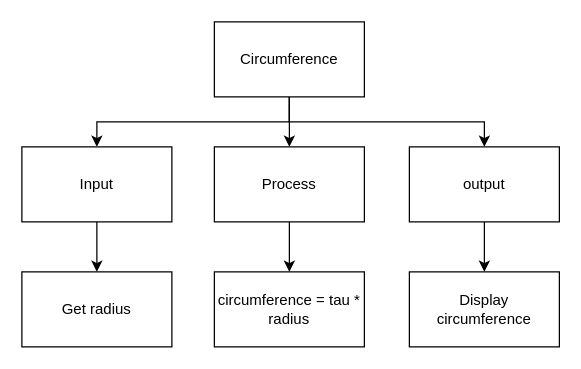
The draw.io diagram page "Top Down" (1 of 2) of design.drawio in Samuel-Webster-178/ICS3U-Unit4-Unit4-02-Python, before the edit. Source tidied: cells renumbered, new cells numbered last; positions are measured from the earlier drawing's top-left corner, leaving out a move shared by most shapes. Both pictures are drawn from the tidied source at 125%, with x=0, y=0 at pixel (21, 21).
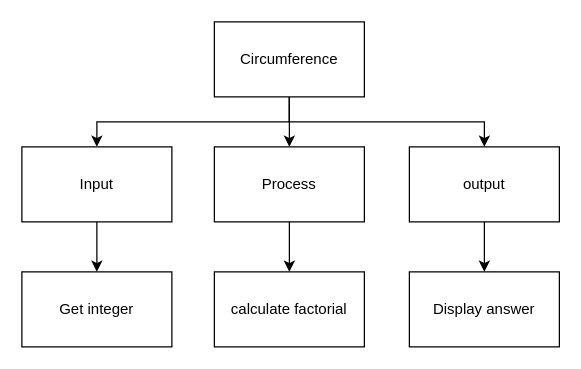
The same diagram, later.

Change to the diagram source:
```diff
@@
 <mxGraphModel>
   <root>
     <mxCell id="0" />
     <mxCell id="1" parent="0" />
     <mxCell id="2" style="edgeStyle=none;html=1;" parent="1" edge="1" source="5" target="9">
       <mxGeometry relative="1" as="geometry" />
     </mxCell>
     <mxCell id="3" style="edgeStyle=orthogonalEdgeStyle;html=1;entryX=0.5;entryY=0;entryDx=0;entryDy=0;rounded=0;" parent="1" edge="1" source="5" target="7">
       <mxGeometry relative="1" as="geometry">
         <Array as="points">
           <mxPoint x="214" y="80" />
           <mxPoint x="60" y="80" />
         </Array>
       </mxGeometry>
     </mxCell>
     <mxCell id="4" style="edgeStyle=orthogonalEdgeStyle;html=1;entryX=0.5;entryY=0;entryDx=0;entryDy=0;rounded=0;" parent="1" edge="1" source="5" target="11">
       <mxGeometry relative="1" as="geometry">
         <Array as="points">
           <mxPoint x="214" y="80" />
           <mxPoint x="370" y="80" />
         </Array>
       </mxGeometry>
     </mxCell>
     <mxCell id="5" value="Circumference" style="rounded=0;whiteSpace=wrap;html=1;" parent="1" vertex="1">
       <mxGeometry x="154" width="120" height="60" as="geometry" />
     </mxCell>
     <mxCell id="6" style="edgeStyle=orthogonalEdgeStyle;rounded=0;html=1;" parent="1" edge="1" source="7" target="12">
       <mxGeometry relative="1" as="geometry" />
     </mxCell>
     <mxCell id="7" value="Input" style="rounded=0;whiteSpace=wrap;html=1;" parent="1" vertex="1">
       <mxGeometry y="100" width="120" height="60" as="geometry" />
     </mxCell>
     <mxCell id="8" style="edgeStyle=orthogonalEdgeStyle;rounded=0;html=1;" parent="1" edge="1" source="9" target="13">
       <mxGeometry relative="1" as="geometry" />
     </mxCell>
     <mxCell id="9" value="Process" style="rounded=0;whiteSpace=wrap;html=1;" parent="1" vertex="1">
       <mxGeometry x="154" y="100" width="120" height="60" as="geometry" />
     </mxCell>
     <mxCell id="10" style="edgeStyle=orthogonalEdgeStyle;rounded=0;html=1;" parent="1" edge="1" source="11" target="14">
       <mxGeometry relative="1" as="geometry" />
     </mxCell>
     <mxCell id="11" value="output" style="rounded=0;whiteSpace=wrap;html=1;" parent="1" vertex="1">
       <mxGeometry x="310" y="100" width="120" height="60" as="geometry" />
     </mxCell>
-    <mxCell id="12" value="Get radius" style="rounded=0;whiteSpace=wrap;html=1;" parent="1" vertex="1">
+    <mxCell id="12" value="Get integer" style="rounded=0;whiteSpace=wrap;html=1;" parent="1" vertex="1">
       <mxGeometry y="200" width="120" height="60" as="geometry" />
     </mxCell>
-    <mxCell id="13" value="circumference = tau * radius" style="rounded=0;whiteSpace=wrap;html=1;" parent="1" vertex="1">
+    <mxCell id="13" value="calculate factorial" style="rounded=0;whiteSpace=wrap;html=1;" parent="1" vertex="1">
       <mxGeometry x="154" y="200" width="120" height="60" as="geometry" />
     </mxCell>
-    <mxCell id="14" value="Display circumference" style="rounded=0;whiteSpace=wrap;html=1;" parent="1" vertex="1">
+    <mxCell id="14" value="Display answer" style="rounded=0;whiteSpace=wrap;html=1;" parent="1" vertex="1">
       <mxGeometry x="310" y="200" width="120" height="60" as="geometry" />
     </mxCell>
   </root>
 </mxGraphModel>
```
